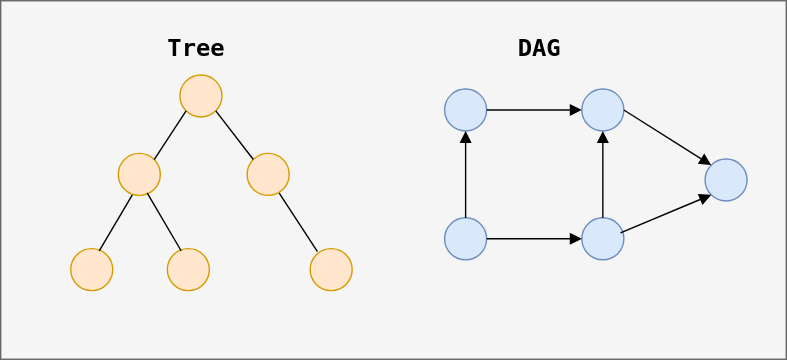
Earlier version of the draw.io export public/diagrams/graph-example-acyclic.svg (datkumar/code-journal). Source tidied: cells renumbered, new cells last; positions are measured from the earlier drawing's top-left corner, leaving out a move shared by most shapes. Source of this version:
```xml
<mxGraphModel>
  <root>
    <mxCell id="0" />
    <mxCell id="1" parent="0" />
    <mxCell id="2" style="rounded=0;whiteSpace=wrap;html=1;fillColor=#f5f5f5;fontColor=#333333;strokeColor=#666666;" parent="1" vertex="1">
      <mxGeometry width="561" height="256" as="geometry" />
    </mxCell>
    <mxCell id="3" style="ellipse;whiteSpace=wrap;html=1;fillColor=#ffe6cc;strokeColor=#d79b00;" parent="1" vertex="1">
      <mxGeometry x="128" y="53" width="30" height="30" as="geometry" />
    </mxCell>
    <mxCell id="4" style="ellipse;whiteSpace=wrap;html=1;fillColor=#ffe6cc;strokeColor=#d79b00;" parent="1" vertex="1">
      <mxGeometry x="84" y="109" width="30" height="30" as="geometry" />
    </mxCell>
    <mxCell id="5" style="ellipse;whiteSpace=wrap;html=1;fillColor=#ffe6cc;strokeColor=#d79b00;" parent="1" vertex="1">
      <mxGeometry x="50" y="177" width="30" height="30" as="geometry" />
    </mxCell>
    <mxCell id="6" style="ellipse;whiteSpace=wrap;html=1;fillColor=#ffe6cc;strokeColor=#d79b00;" parent="1" vertex="1">
      <mxGeometry x="119" y="177" width="30" height="30" as="geometry" />
    </mxCell>
    <mxCell id="7" style="ellipse;whiteSpace=wrap;html=1;fillColor=#ffe6cc;strokeColor=#d79b00;" parent="1" vertex="1">
      <mxGeometry x="176" y="109" width="30" height="30" as="geometry" />
    </mxCell>
    <mxCell id="8" style="ellipse;whiteSpace=wrap;html=1;fillColor=#ffe6cc;strokeColor=#d79b00;" parent="1" vertex="1">
      <mxGeometry x="221" y="177" width="30" height="30" as="geometry" />
    </mxCell>
    <mxCell id="9" style="ellipse;whiteSpace=wrap;html=1;fillColor=#dae8fc;strokeColor=#6c8ebf;" parent="1" vertex="1">
      <mxGeometry x="317" y="63" width="30" height="30" as="geometry" />
    </mxCell>
    <mxCell id="10" style="endArrow=none;html=1;rounded=0;exitX=0;exitY=1;exitDx=0;exitDy=0;entryX=1;entryY=0;entryDx=0;entryDy=0;endFill=1;strokeColor=light-dark(#000000,#000000);startFill=0;" parent="1" edge="1" source="3" target="4">
      <mxGeometry relative="1" as="geometry" />
    </mxCell>
    <mxCell id="11" style="endArrow=none;html=1;rounded=0;exitX=1;exitY=1;exitDx=0;exitDy=0;entryX=0;entryY=0;entryDx=0;entryDy=0;endFill=1;strokeColor=light-dark(#000000,#000000);startFill=0;" parent="1" edge="1" source="3" target="7">
      <mxGeometry relative="1" as="geometry" />
    </mxCell>
    <mxCell id="12" style="endArrow=none;html=1;rounded=0;exitX=0.333;exitY=0.986;exitDx=0;exitDy=0;exitPerimeter=0;entryX=0.679;entryY=0.055;entryDx=0;entryDy=0;entryPerimeter=0;endFill=1;strokeColor=light-dark(#000000,#000000);startFill=0;" parent="1" edge="1" source="4" target="5">
      <mxGeometry relative="1" as="geometry" />
    </mxCell>
    <mxCell id="13" style="endArrow=none;html=1;rounded=0;exitX=0.686;exitY=0.938;exitDx=0;exitDy=0;entryX=0.328;entryY=0.051;entryDx=0;entryDy=0;entryPerimeter=0;endFill=1;strokeColor=light-dark(#000000,#000000);startFill=0;exitPerimeter=0;" parent="1" edge="1" source="4" target="6">
      <mxGeometry relative="1" as="geometry" />
    </mxCell>
    <mxCell id="14" style="endArrow=none;html=1;rounded=0;exitX=0.763;exitY=0.946;exitDx=0;exitDy=0;entryX=0.173;entryY=0.071;entryDx=0;entryDy=0;endFill=1;strokeColor=light-dark(#000000,#000000);startFill=0;entryPerimeter=0;exitPerimeter=0;" parent="1" edge="1" source="7" target="8">
      <mxGeometry relative="1" as="geometry" />
    </mxCell>
    <mxCell id="15" value="Tree" style="text;html=1;align=center;verticalAlign=middle;whiteSpace=wrap;rounded=0;fontFamily=monospace;fontSize=17;fontStyle=1;fontColor=light-dark(#000000,#000000);" parent="1" vertex="1">
      <mxGeometry x="110" y="19" width="60" height="30" as="geometry" />
    </mxCell>
    <mxCell id="16" style="ellipse;whiteSpace=wrap;html=1;fillColor=#dae8fc;strokeColor=#6c8ebf;" parent="1" vertex="1">
      <mxGeometry x="317" y="155" width="30" height="30" as="geometry" />
    </mxCell>
    <mxCell id="17" style="ellipse;whiteSpace=wrap;html=1;fillColor=#dae8fc;strokeColor=#6c8ebf;" parent="1" vertex="1">
      <mxGeometry x="415" y="63" width="30" height="30" as="geometry" />
    </mxCell>
    <mxCell id="18" style="ellipse;whiteSpace=wrap;html=1;fillColor=#dae8fc;strokeColor=#6c8ebf;" parent="1" vertex="1">
      <mxGeometry x="415" y="155" width="30" height="30" as="geometry" />
    </mxCell>
    <mxCell id="19" style="ellipse;whiteSpace=wrap;html=1;fillColor=#dae8fc;strokeColor=#6c8ebf;" parent="1" vertex="1">
      <mxGeometry x="503" y="113" width="30" height="30" as="geometry" />
    </mxCell>
    <mxCell id="20" style="endArrow=block;html=1;rounded=0;exitX=0.5;exitY=0;exitDx=0;exitDy=0;endFill=1;strokeColor=light-dark(#000000,#000000);" parent="1" edge="1" source="16" target="9">
      <mxGeometry relative="1" as="geometry" />
    </mxCell>
    <mxCell id="21" style="endArrow=block;html=1;rounded=0;exitX=1;exitY=0.5;exitDx=0;exitDy=0;entryX=0;entryY=0.5;entryDx=0;entryDy=0;endFill=1;strokeColor=light-dark(#000000,#000000);" parent="1" edge="1" source="16" target="18">
      <mxGeometry relative="1" as="geometry" />
    </mxCell>
    <mxCell id="22" style="endArrow=block;html=1;rounded=0;exitX=1;exitY=0.5;exitDx=0;exitDy=0;entryX=0;entryY=0.5;entryDx=0;entryDy=0;endFill=1;strokeColor=light-dark(#000000,#000000);" parent="1" edge="1" source="9" target="17">
      <mxGeometry relative="1" as="geometry" />
    </mxCell>
    <mxCell id="23" style="endArrow=block;html=1;rounded=0;exitX=0.5;exitY=0;exitDx=0;exitDy=0;entryX=0.5;entryY=1;entryDx=0;entryDy=0;endFill=1;strokeColor=light-dark(#000000,#000000);" parent="1" edge="1" source="18" target="17">
      <mxGeometry relative="1" as="geometry" />
    </mxCell>
    <mxCell id="24" style="endArrow=block;html=1;rounded=0;exitX=1;exitY=0.5;exitDx=0;exitDy=0;entryX=0;entryY=0;entryDx=0;entryDy=0;endFill=1;strokeColor=light-dark(#000000,#000000);" parent="1" edge="1" source="17" target="19">
      <mxGeometry relative="1" as="geometry" />
    </mxCell>
    <mxCell id="25" style="endArrow=block;html=1;rounded=0;exitX=0.92;exitY=0.36;exitDx=0;exitDy=0;entryX=0;entryY=1;entryDx=0;entryDy=0;exitPerimeter=0;strokeColor=light-dark(#000000,#000000);endFill=1;" parent="1" edge="1" source="18" target="19">
      <mxGeometry relative="1" as="geometry" />
    </mxCell>
    <mxCell id="26" value="DAG" style="text;html=1;align=center;verticalAlign=middle;whiteSpace=wrap;rounded=0;fontFamily=monospace;fontSize=17;fontStyle=1;fontColor=light-dark(#000000,#000000);" parent="1" vertex="1">
      <mxGeometry x="355" y="19" width="60" height="30" as="geometry" />
    </mxCell>
  </root>
</mxGraphModel>
```
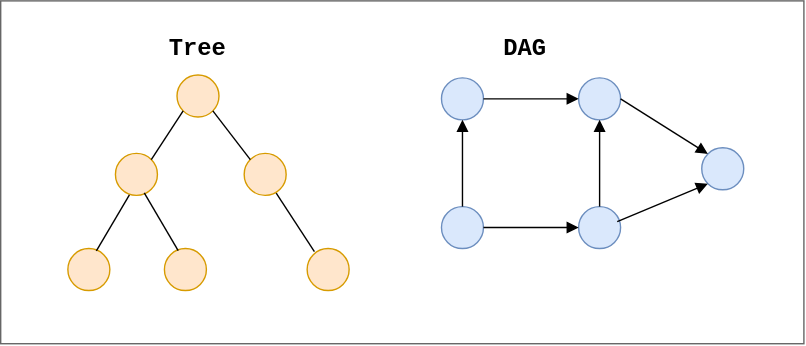
Later version of the same file.

The edit, as a diff of the source:
```diff
@@ -2,80 +2,80 @@
   <root>
     <mxCell id="0" />
     <mxCell id="1" parent="0" />
-    <mxCell id="2" style="rounded=0;whiteSpace=wrap;html=1;fillColor=#f5f5f5;fontColor=#333333;strokeColor=#666666;" parent="1" vertex="1">
-      <mxGeometry width="561" height="256" as="geometry" />
+    <mxCell id="2" style="rounded=0;whiteSpace=wrap;html=1;fillColor=light-dark(#FFFFFF,#FFFFFF);fontColor=#333333;strokeColor=#666666;fontFamily=monospace;" parent="1" vertex="1">
+      <mxGeometry x="2" width="574" height="245" as="geometry" />
     </mxCell>
-    <mxCell id="3" style="ellipse;whiteSpace=wrap;html=1;fillColor=#ffe6cc;strokeColor=#d79b00;" parent="1" vertex="1">
+    <mxCell id="3" style="ellipse;whiteSpace=wrap;html=1;fillColor=#ffe6cc;strokeColor=#d79b00;fontFamily=monospace;" parent="1" vertex="1">
       <mxGeometry x="128" y="53" width="30" height="30" as="geometry" />
     </mxCell>
-    <mxCell id="4" style="ellipse;whiteSpace=wrap;html=1;fillColor=#ffe6cc;strokeColor=#d79b00;" parent="1" vertex="1">
+    <mxCell id="4" style="ellipse;whiteSpace=wrap;html=1;fillColor=#ffe6cc;strokeColor=#d79b00;fontFamily=monospace;" parent="1" vertex="1">
       <mxGeometry x="84" y="109" width="30" height="30" as="geometry" />
     </mxCell>
-    <mxCell id="5" style="ellipse;whiteSpace=wrap;html=1;fillColor=#ffe6cc;strokeColor=#d79b00;" parent="1" vertex="1">
+    <mxCell id="5" style="ellipse;whiteSpace=wrap;html=1;fillColor=#ffe6cc;strokeColor=#d79b00;fontFamily=monospace;" parent="1" vertex="1">
       <mxGeometry x="50" y="177" width="30" height="30" as="geometry" />
     </mxCell>
-    <mxCell id="6" style="ellipse;whiteSpace=wrap;html=1;fillColor=#ffe6cc;strokeColor=#d79b00;" parent="1" vertex="1">
+    <mxCell id="6" style="ellipse;whiteSpace=wrap;html=1;fillColor=#ffe6cc;strokeColor=#d79b00;fontFamily=monospace;" parent="1" vertex="1">
       <mxGeometry x="119" y="177" width="30" height="30" as="geometry" />
     </mxCell>
-    <mxCell id="7" style="ellipse;whiteSpace=wrap;html=1;fillColor=#ffe6cc;strokeColor=#d79b00;" parent="1" vertex="1">
+    <mxCell id="7" style="ellipse;whiteSpace=wrap;html=1;fillColor=#ffe6cc;strokeColor=#d79b00;fontFamily=monospace;" parent="1" vertex="1">
       <mxGeometry x="176" y="109" width="30" height="30" as="geometry" />
     </mxCell>
-    <mxCell id="8" style="ellipse;whiteSpace=wrap;html=1;fillColor=#ffe6cc;strokeColor=#d79b00;" parent="1" vertex="1">
+    <mxCell id="8" style="ellipse;whiteSpace=wrap;html=1;fillColor=#ffe6cc;strokeColor=#d79b00;fontFamily=monospace;" parent="1" vertex="1">
       <mxGeometry x="221" y="177" width="30" height="30" as="geometry" />
     </mxCell>
-    <mxCell id="9" style="ellipse;whiteSpace=wrap;html=1;fillColor=#dae8fc;strokeColor=#6c8ebf;" parent="1" vertex="1">
-      <mxGeometry x="317" y="63" width="30" height="30" as="geometry" />
+    <mxCell id="9" style="ellipse;whiteSpace=wrap;html=1;fillColor=#dae8fc;strokeColor=#6c8ebf;fontFamily=monospace;" parent="1" vertex="1">
+      <mxGeometry x="317" y="55" width="30" height="30" as="geometry" />
     </mxCell>
-    <mxCell id="10" style="endArrow=none;html=1;rounded=0;exitX=0;exitY=1;exitDx=0;exitDy=0;entryX=1;entryY=0;entryDx=0;entryDy=0;endFill=1;strokeColor=light-dark(#000000,#000000);startFill=0;" parent="1" edge="1" source="3" target="4">
+    <mxCell id="10" style="endArrow=none;html=1;rounded=0;exitX=0;exitY=1;exitDx=0;exitDy=0;entryX=1;entryY=0;entryDx=0;entryDy=0;endFill=1;strokeColor=light-dark(#000000,#000000);startFill=0;fontFamily=monospace;" parent="1" edge="1" source="3" target="4">
       <mxGeometry relative="1" as="geometry" />
     </mxCell>
-    <mxCell id="11" style="endArrow=none;html=1;rounded=0;exitX=1;exitY=1;exitDx=0;exitDy=0;entryX=0;entryY=0;entryDx=0;entryDy=0;endFill=1;strokeColor=light-dark(#000000,#000000);startFill=0;" parent="1" edge="1" source="3" target="7">
+    <mxCell id="11" style="endArrow=none;html=1;rounded=0;exitX=1;exitY=1;exitDx=0;exitDy=0;entryX=0;entryY=0;entryDx=0;entryDy=0;endFill=1;strokeColor=light-dark(#000000,#000000);startFill=0;fontFamily=monospace;" parent="1" edge="1" source="3" target="7">
       <mxGeometry relative="1" as="geometry" />
     </mxCell>
-    <mxCell id="12" style="endArrow=none;html=1;rounded=0;exitX=0.333;exitY=0.986;exitDx=0;exitDy=0;exitPerimeter=0;entryX=0.679;entryY=0.055;entryDx=0;entryDy=0;entryPerimeter=0;endFill=1;strokeColor=light-dark(#000000,#000000);startFill=0;" parent="1" edge="1" source="4" target="5">
+    <mxCell id="12" style="endArrow=none;html=1;rounded=0;exitX=0.333;exitY=0.986;exitDx=0;exitDy=0;exitPerimeter=0;entryX=0.679;entryY=0.055;entryDx=0;entryDy=0;entryPerimeter=0;endFill=1;strokeColor=light-dark(#000000,#000000);startFill=0;fontFamily=monospace;" parent="1" edge="1" source="4" target="5">
       <mxGeometry relative="1" as="geometry" />
     </mxCell>
-    <mxCell id="13" style="endArrow=none;html=1;rounded=0;exitX=0.686;exitY=0.938;exitDx=0;exitDy=0;entryX=0.328;entryY=0.051;entryDx=0;entryDy=0;entryPerimeter=0;endFill=1;strokeColor=light-dark(#000000,#000000);startFill=0;exitPerimeter=0;" parent="1" edge="1" source="4" target="6">
+    <mxCell id="13" style="endArrow=none;html=1;rounded=0;exitX=0.686;exitY=0.938;exitDx=0;exitDy=0;entryX=0.328;entryY=0.051;entryDx=0;entryDy=0;entryPerimeter=0;endFill=1;strokeColor=light-dark(#000000,#000000);startFill=0;exitPerimeter=0;fontFamily=monospace;" parent="1" edge="1" source="4" target="6">
       <mxGeometry relative="1" as="geometry" />
     </mxCell>
-    <mxCell id="14" style="endArrow=none;html=1;rounded=0;exitX=0.763;exitY=0.946;exitDx=0;exitDy=0;entryX=0.173;entryY=0.071;entryDx=0;entryDy=0;endFill=1;strokeColor=light-dark(#000000,#000000);startFill=0;entryPerimeter=0;exitPerimeter=0;" parent="1" edge="1" source="7" target="8">
+    <mxCell id="14" style="endArrow=none;html=1;rounded=0;exitX=0.763;exitY=0.946;exitDx=0;exitDy=0;entryX=0.173;entryY=0.071;entryDx=0;entryDy=0;endFill=1;strokeColor=light-dark(#000000,#000000);startFill=0;entryPerimeter=0;exitPerimeter=0;fontFamily=monospace;" parent="1" edge="1" source="7" target="8">
       <mxGeometry relative="1" as="geometry" />
     </mxCell>
     <mxCell id="15" value="Tree" style="text;html=1;align=center;verticalAlign=middle;whiteSpace=wrap;rounded=0;fontFamily=monospace;fontSize=17;fontStyle=1;fontColor=light-dark(#000000,#000000);" parent="1" vertex="1">
-      <mxGeometry x="110" y="19" width="60" height="30" as="geometry" />
+      <mxGeometry x="113" y="20" width="60" height="30" as="geometry" />
     </mxCell>
-    <mxCell id="16" style="ellipse;whiteSpace=wrap;html=1;fillColor=#dae8fc;strokeColor=#6c8ebf;" parent="1" vertex="1">
-      <mxGeometry x="317" y="155" width="30" height="30" as="geometry" />
+    <mxCell id="16" style="ellipse;whiteSpace=wrap;html=1;fillColor=#dae8fc;strokeColor=#6c8ebf;fontFamily=monospace;" parent="1" vertex="1">
+      <mxGeometry x="317" y="147" width="30" height="30" as="geometry" />
     </mxCell>
-    <mxCell id="17" style="ellipse;whiteSpace=wrap;html=1;fillColor=#dae8fc;strokeColor=#6c8ebf;" parent="1" vertex="1">
-      <mxGeometry x="415" y="63" width="30" height="30" as="geometry" />
+    <mxCell id="17" style="ellipse;whiteSpace=wrap;html=1;fillColor=#dae8fc;strokeColor=#6c8ebf;fontFamily=monospace;" parent="1" vertex="1">
+      <mxGeometry x="415" y="55" width="30" height="30" as="geometry" />
     </mxCell>
-    <mxCell id="18" style="ellipse;whiteSpace=wrap;html=1;fillColor=#dae8fc;strokeColor=#6c8ebf;" parent="1" vertex="1">
-      <mxGeometry x="415" y="155" width="30" height="30" as="geometry" />
+    <mxCell id="18" style="ellipse;whiteSpace=wrap;html=1;fillColor=#dae8fc;strokeColor=#6c8ebf;fontFamily=monospace;" parent="1" vertex="1">
+      <mxGeometry x="415" y="147" width="30" height="30" as="geometry" />
     </mxCell>
-    <mxCell id="19" style="ellipse;whiteSpace=wrap;html=1;fillColor=#dae8fc;strokeColor=#6c8ebf;" parent="1" vertex="1">
-      <mxGeometry x="503" y="113" width="30" height="30" as="geometry" />
+    <mxCell id="19" style="ellipse;whiteSpace=wrap;html=1;fillColor=#dae8fc;strokeColor=#6c8ebf;fontFamily=monospace;" parent="1" vertex="1">
+      <mxGeometry x="503" y="105" width="30" height="30" as="geometry" />
     </mxCell>
-    <mxCell id="20" style="endArrow=block;html=1;rounded=0;exitX=0.5;exitY=0;exitDx=0;exitDy=0;endFill=1;strokeColor=light-dark(#000000,#000000);" parent="1" edge="1" source="16" target="9">
+    <mxCell id="20" style="endArrow=block;html=1;rounded=0;exitX=0.5;exitY=0;exitDx=0;exitDy=0;endFill=1;strokeColor=light-dark(#000000,#000000);fontFamily=monospace;" parent="1" edge="1" source="16" target="9">
       <mxGeometry relative="1" as="geometry" />
     </mxCell>
-    <mxCell id="21" style="endArrow=block;html=1;rounded=0;exitX=1;exitY=0.5;exitDx=0;exitDy=0;entryX=0;entryY=0.5;entryDx=0;entryDy=0;endFill=1;strokeColor=light-dark(#000000,#000000);" parent="1" edge="1" source="16" target="18">
+    <mxCell id="21" style="endArrow=block;html=1;rounded=0;exitX=1;exitY=0.5;exitDx=0;exitDy=0;entryX=0;entryY=0.5;entryDx=0;entryDy=0;endFill=1;strokeColor=light-dark(#000000,#000000);fontFamily=monospace;" parent="1" edge="1" source="16" target="18">
       <mxGeometry relative="1" as="geometry" />
     </mxCell>
-    <mxCell id="22" style="endArrow=block;html=1;rounded=0;exitX=1;exitY=0.5;exitDx=0;exitDy=0;entryX=0;entryY=0.5;entryDx=0;entryDy=0;endFill=1;strokeColor=light-dark(#000000,#000000);" parent="1" edge="1" source="9" target="17">
+    <mxCell id="22" style="endArrow=block;html=1;rounded=0;exitX=1;exitY=0.5;exitDx=0;exitDy=0;entryX=0;entryY=0.5;entryDx=0;entryDy=0;endFill=1;strokeColor=light-dark(#000000,#000000);fontFamily=monospace;" parent="1" edge="1" source="9" target="17">
       <mxGeometry relative="1" as="geometry" />
     </mxCell>
-    <mxCell id="23" style="endArrow=block;html=1;rounded=0;exitX=0.5;exitY=0;exitDx=0;exitDy=0;entryX=0.5;entryY=1;entryDx=0;entryDy=0;endFill=1;strokeColor=light-dark(#000000,#000000);" parent="1" edge="1" source="18" target="17">
+    <mxCell id="23" style="endArrow=block;html=1;rounded=0;exitX=0.5;exitY=0;exitDx=0;exitDy=0;entryX=0.5;entryY=1;entryDx=0;entryDy=0;endFill=1;strokeColor=light-dark(#000000,#000000);fontFamily=monospace;" parent="1" edge="1" source="18" target="17">
       <mxGeometry relative="1" as="geometry" />
     </mxCell>
-    <mxCell id="24" style="endArrow=block;html=1;rounded=0;exitX=1;exitY=0.5;exitDx=0;exitDy=0;entryX=0;entryY=0;entryDx=0;entryDy=0;endFill=1;strokeColor=light-dark(#000000,#000000);" parent="1" edge="1" source="17" target="19">
+    <mxCell id="24" style="endArrow=block;html=1;rounded=0;exitX=1;exitY=0.5;exitDx=0;exitDy=0;entryX=0;entryY=0;entryDx=0;entryDy=0;endFill=1;strokeColor=light-dark(#000000,#000000);fontFamily=monospace;" parent="1" edge="1" source="17" target="19">
       <mxGeometry relative="1" as="geometry" />
     </mxCell>
-    <mxCell id="25" style="endArrow=block;html=1;rounded=0;exitX=0.92;exitY=0.36;exitDx=0;exitDy=0;entryX=0;entryY=1;entryDx=0;entryDy=0;exitPerimeter=0;strokeColor=light-dark(#000000,#000000);endFill=1;" parent="1" edge="1" source="18" target="19">
+    <mxCell id="25" style="endArrow=block;html=1;rounded=0;exitX=0.92;exitY=0.36;exitDx=0;exitDy=0;entryX=0;entryY=1;entryDx=0;entryDy=0;exitPerimeter=0;strokeColor=light-dark(#000000,#000000);endFill=1;fontFamily=monospace;" parent="1" edge="1" source="18" target="19">
       <mxGeometry relative="1" as="geometry" />
     </mxCell>
     <mxCell id="26" value="DAG" style="text;html=1;align=center;verticalAlign=middle;whiteSpace=wrap;rounded=0;fontFamily=monospace;fontSize=17;fontStyle=1;fontColor=light-dark(#000000,#000000);" parent="1" vertex="1">
-      <mxGeometry x="355" y="19" width="60" height="30" as="geometry" />
+      <mxGeometry x="347" y="20" width="60" height="30" as="geometry" />
     </mxCell>
   </root>
 </mxGraphModel>
```
